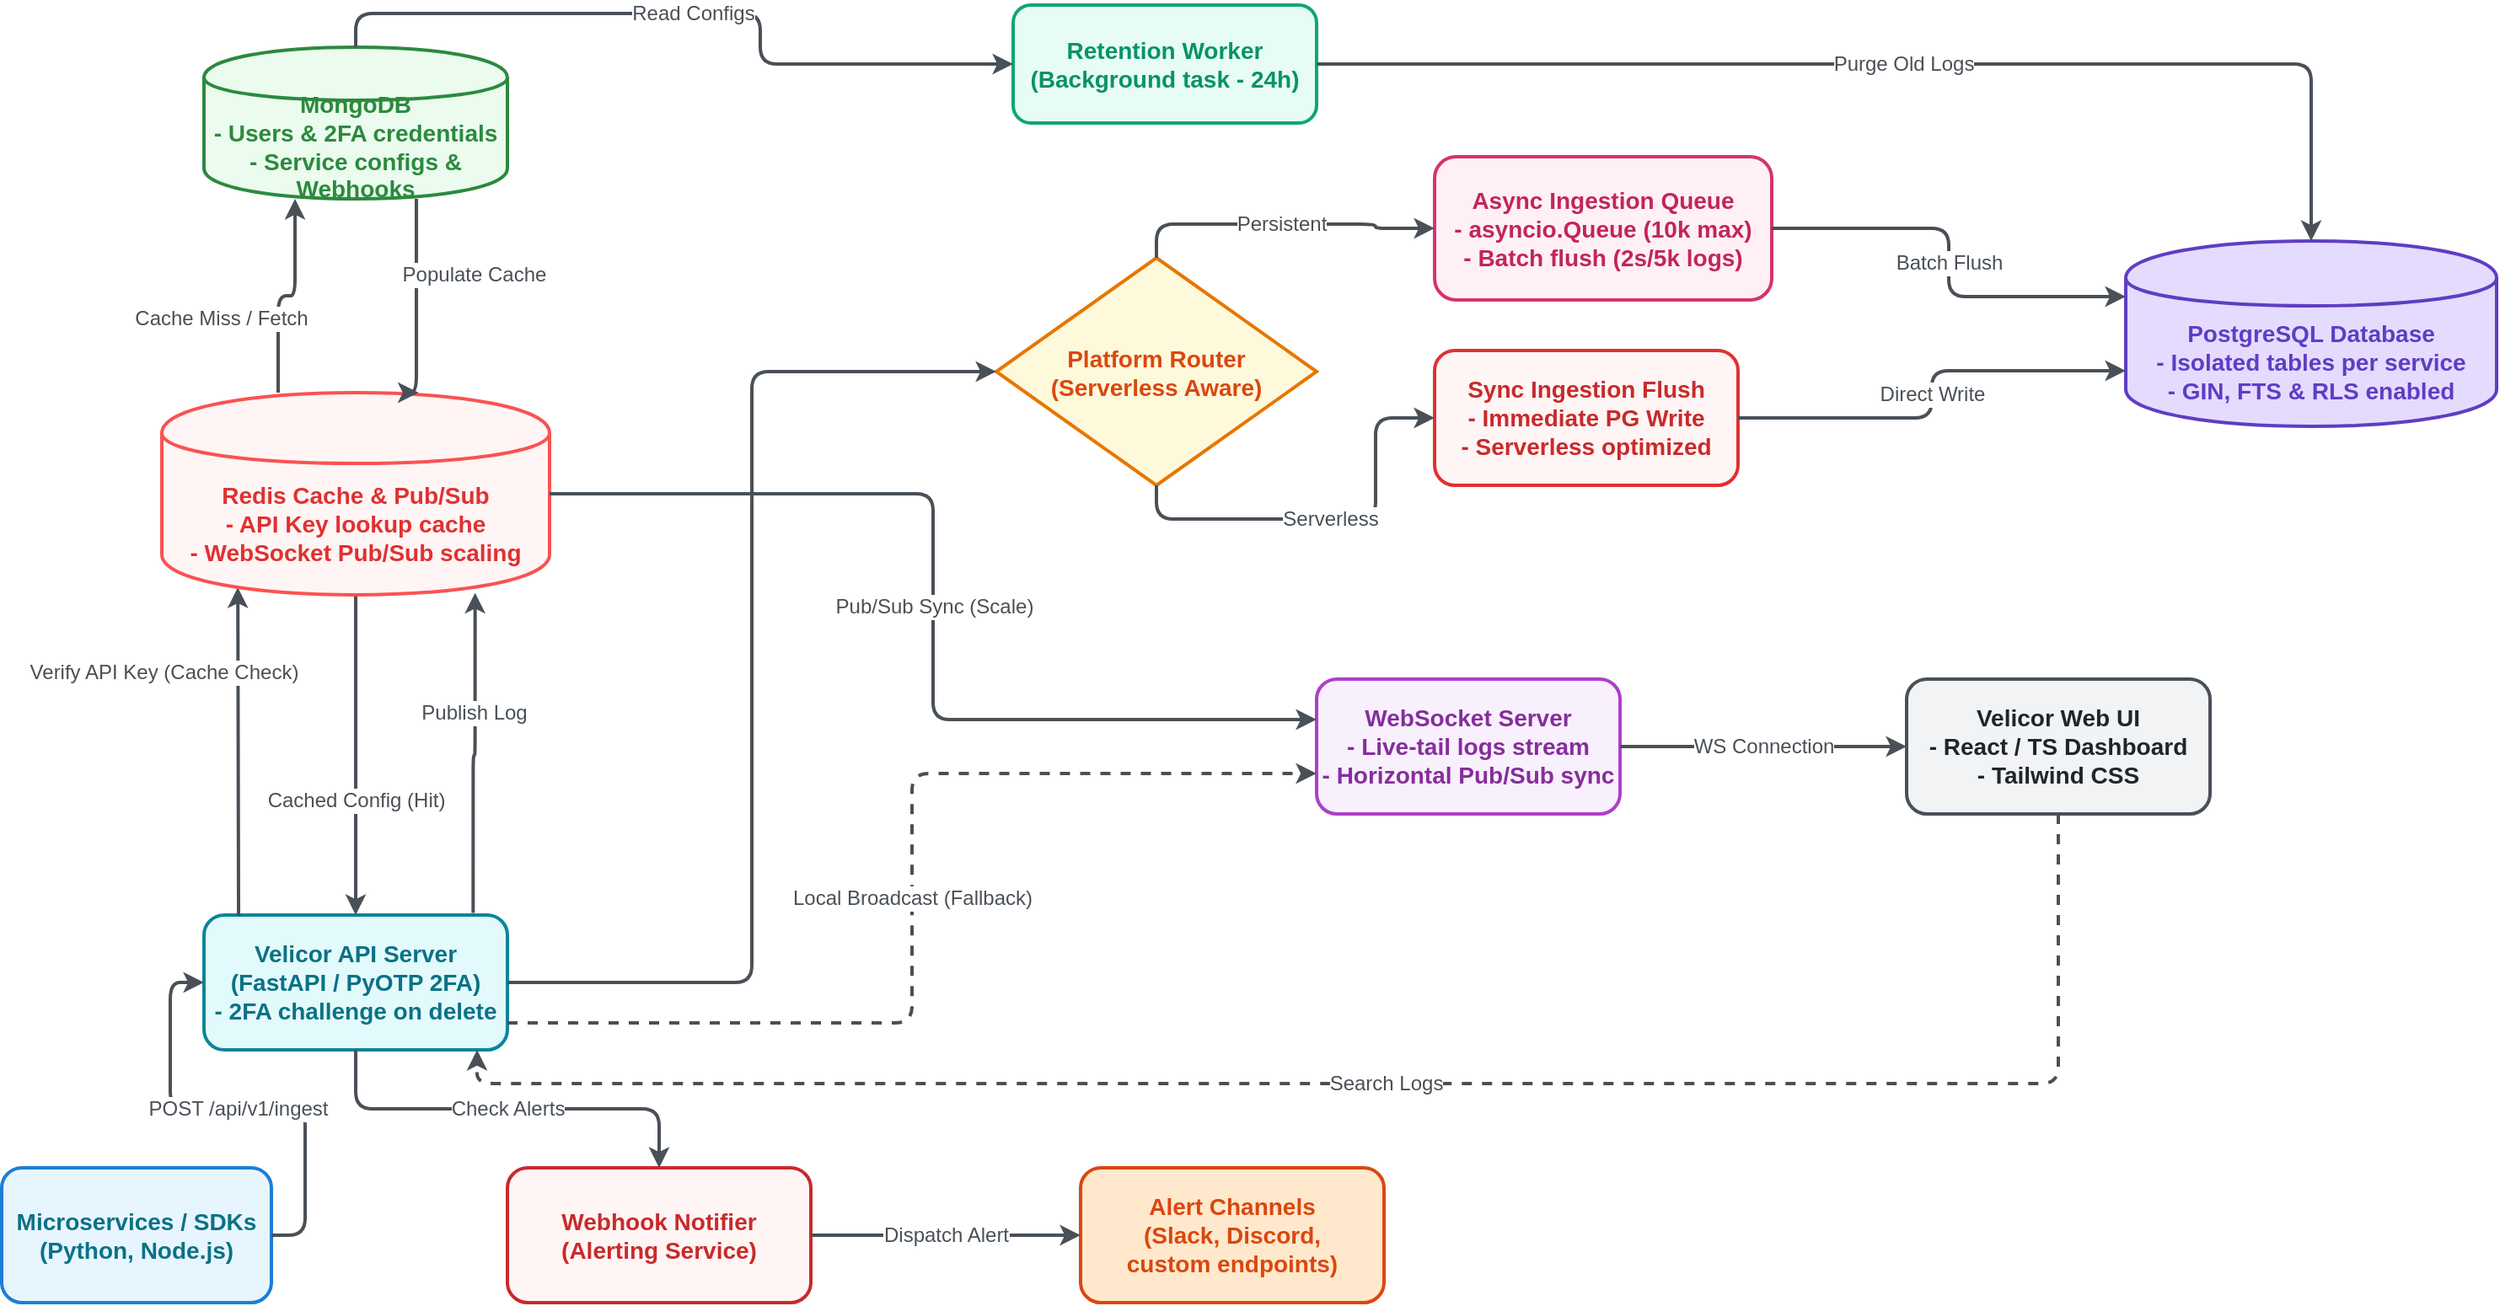
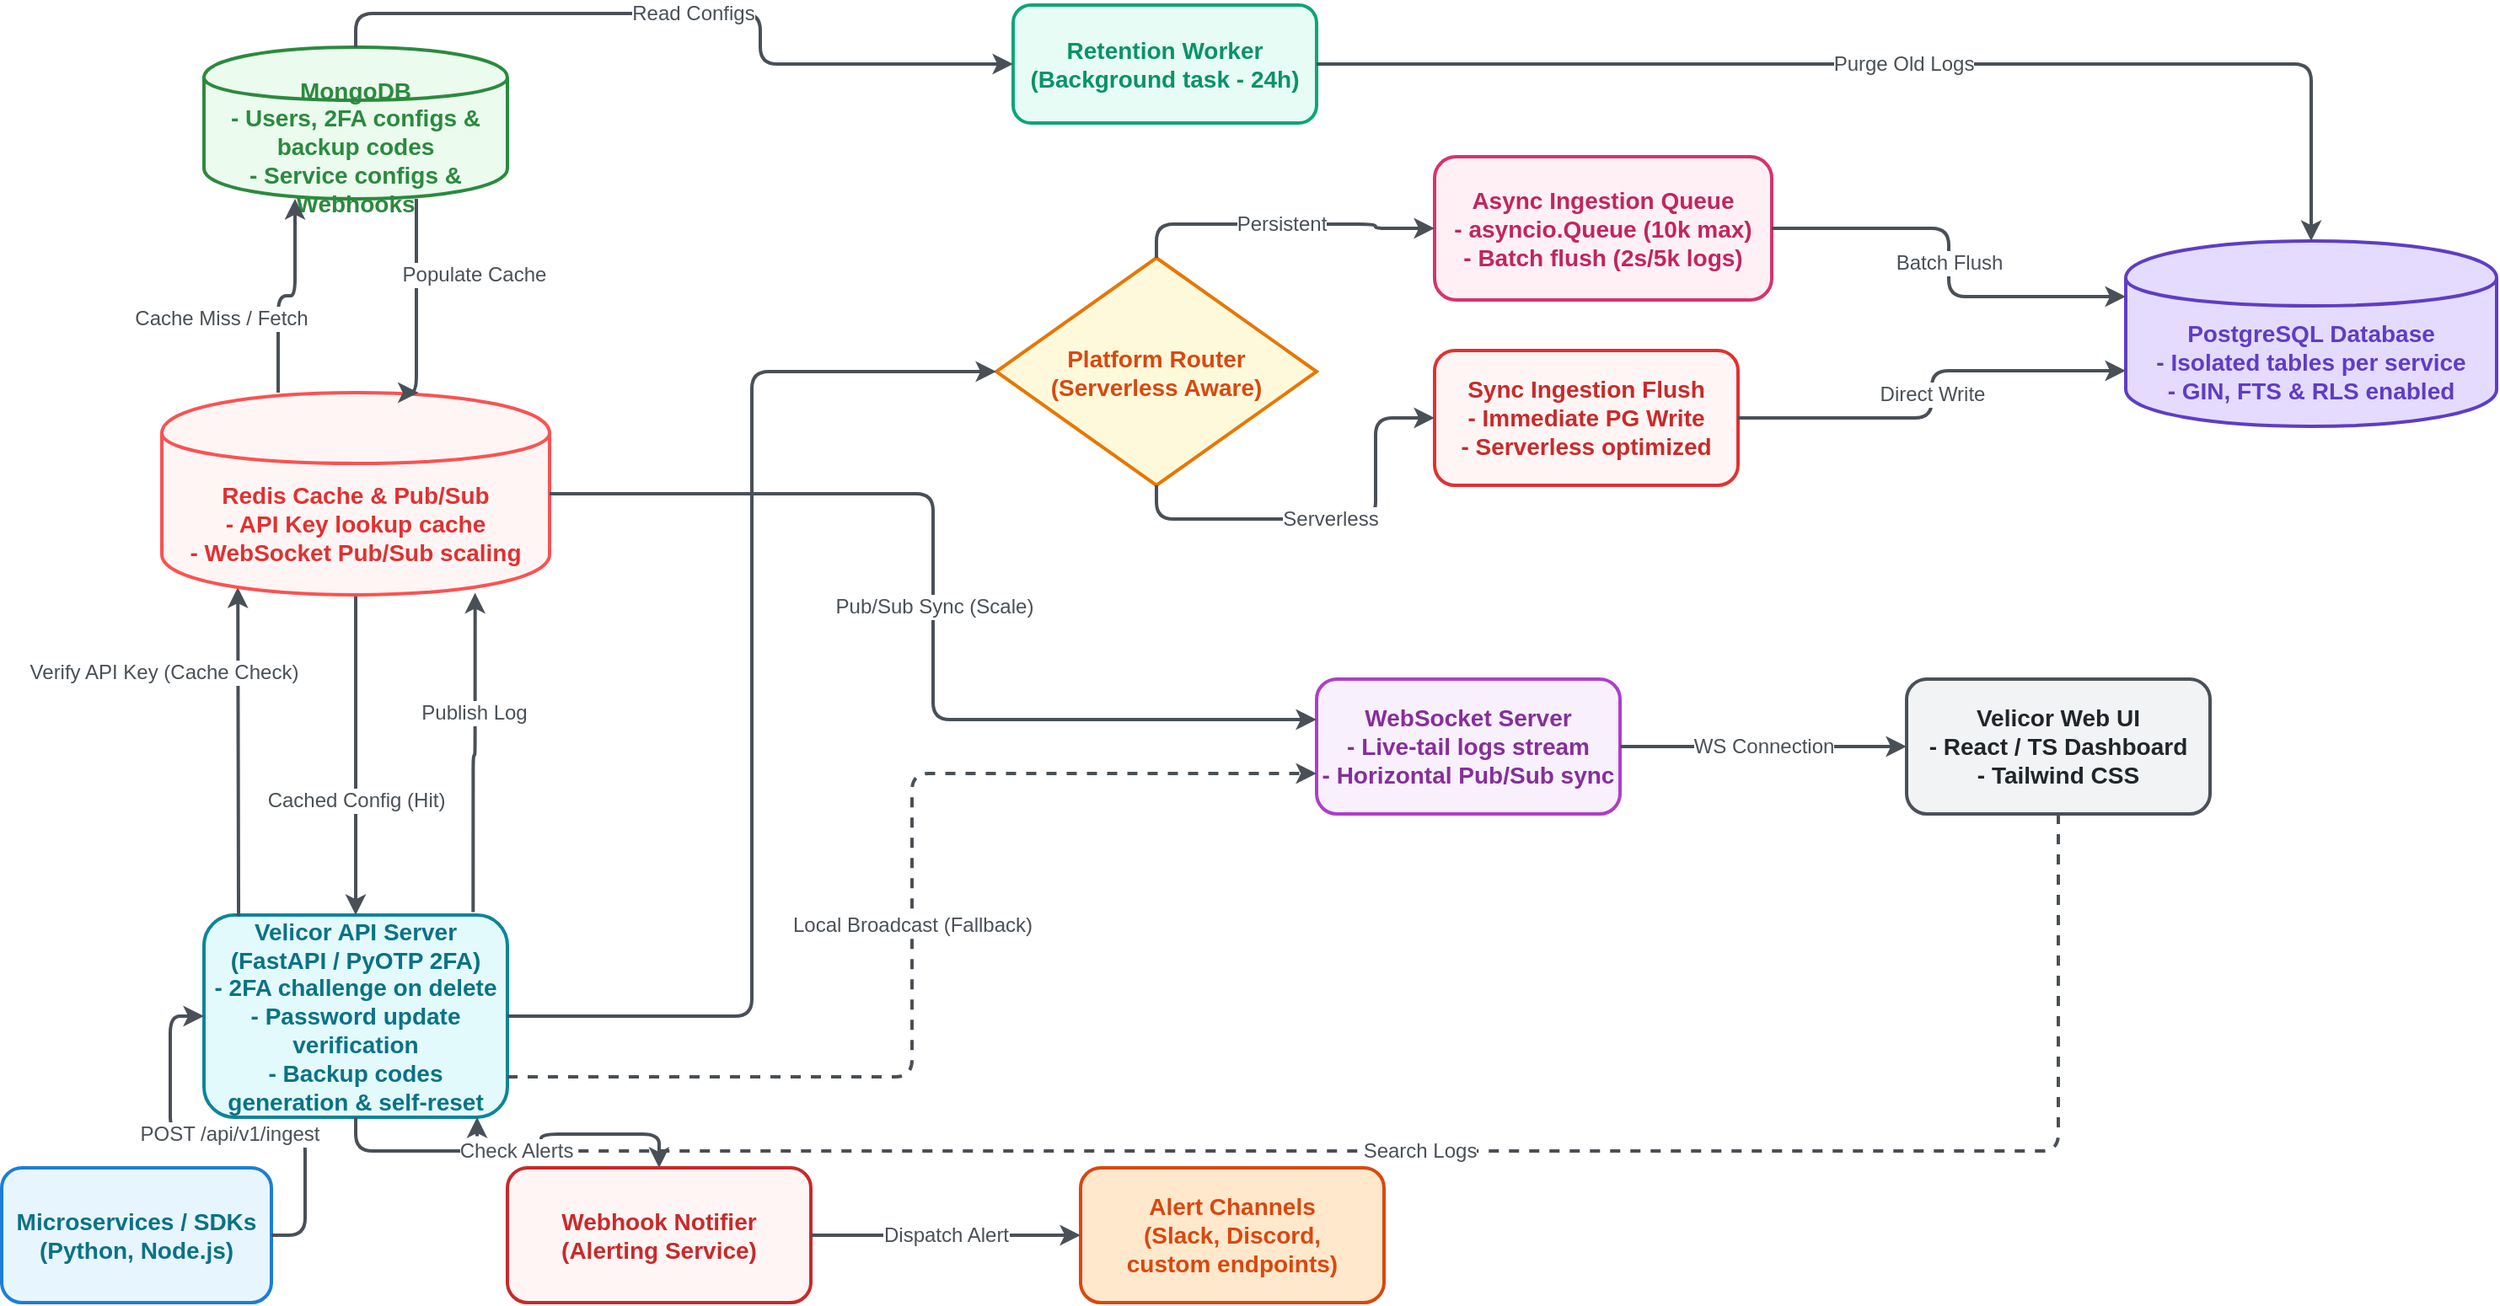
<?xml version='1.0' encoding='utf-8'?>
<mxfile host="Electron">
  <diagram name="Velicor Architecture" id="fpXKoFl3D9RPaPYoSICN">
    <mxGraphModel dx="1710" dy="788" grid="1" gridSize="10" guides="1" tooltips="1" connect="1" arrows="1" fold="1" page="1" pageScale="1" pageWidth="850" pageHeight="1100" math="0" shadow="0">
      <root>
        <mxCell id="0" />
        <mxCell id="1" parent="0" />
        <mxCell id="nF8YWoamKlxkY7NQbO7J-1" parent="1" style="rounded=1;whiteSpace=wrap;html=1;strokeWidth=2;fontSize=14;fontStyle=1;fillColor=#e7f5ff;strokeColor=#1c7ed6;fontColor=#0b7285;" value="Microservices / SDKs&lt;br/&gt;(Python, Node.js)" vertex="1">
          <mxGeometry height="80" width="160" x="120" y="860" as="geometry" />
        </mxCell>
-         <mxCell id="nF8YWoamKlxkY7NQbO7J-2" parent="1" style="rounded=1;whiteSpace=wrap;html=1;strokeWidth=2;fontSize=14;fontStyle=1;fillColor=#e3fafc;strokeColor=#0c8599;fontColor=#0b7285;" value="Velicor API Server&lt;br/&gt;(FastAPI / PyOTP 2FA)&lt;br/&gt;- 2FA challenge on delete" vertex="1">
-           <mxGeometry height="80" width="180" x="240" y="710" as="geometry" />
+         <mxCell id="nF8YWoamKlxkY7NQbO7J-2" parent="1" style="rounded=1;whiteSpace=wrap;html=1;strokeWidth=2;fontSize=14;fontStyle=1;fillColor=#e3fafc;strokeColor=#0c8599;fontColor=#0b7285;" value="Velicor API Server&lt;br/&gt;(FastAPI / PyOTP 2FA)&lt;br/&gt;- 2FA challenge on delete&lt;br/&gt;- Password update verification&lt;br/&gt;- Backup codes generation &amp;amp; self-reset" vertex="1">
+           <mxGeometry height="120" width="180" x="240" y="710" as="geometry" />
        </mxCell>
-         <mxCell id="nF8YWoamKlxkY7NQbO7J-3" parent="1" style="shape=cylinder;whiteSpace=wrap;html=1;boundedLbl=1;backgroundOutline=1;strokeWidth=2;fontSize=14;fontStyle=1;fillColor=#ebfbee;strokeColor=#2b8a3e;fontColor=#2b8a3e;" value="MongoDB&lt;br/&gt;- Users &amp;amp; 2FA credentials&lt;br/&gt;- Service configs &amp;amp; Webhooks" vertex="1">
+         <mxCell id="nF8YWoamKlxkY7NQbO7J-3" parent="1" style="shape=cylinder;whiteSpace=wrap;html=1;boundedLbl=1;backgroundOutline=1;strokeWidth=2;fontSize=14;fontStyle=1;fillColor=#ebfbee;strokeColor=#2b8a3e;fontColor=#2b8a3e;" value="MongoDB&lt;br/&gt;- Users, 2FA configs &amp;amp; backup codes&lt;br/&gt;- Service configs &amp;amp; Webhooks" vertex="1">
          <mxGeometry height="90" width="180" x="240" y="195" as="geometry" />
        </mxCell>
        <mxCell id="nF8YWoamKlxkY7NQbO7J-4" parent="1" style="rhombus;whiteSpace=wrap;html=1;strokeWidth=2;fontSize=14;fontStyle=1;fillColor=#fff9db;strokeColor=#e67700;fontColor=#d9480f;" value="Platform Router&lt;br/&gt;(Serverless Aware)" vertex="1">
          <mxGeometry height="135" width="190" x="710" y="320" as="geometry" />
        </mxCell>
        <mxCell id="nF8YWoamKlxkY7NQbO7J-5" parent="1" style="rounded=1;whiteSpace=wrap;html=1;strokeWidth=2;fontSize=14;fontStyle=1;fillColor=#fff0f6;strokeColor=#d6336c;fontColor=#c2255c;" value="Async Ingestion Queue&lt;br/&gt;- asyncio.Queue (10k max)&lt;br/&gt;- Batch flush (2s/5k logs)" vertex="1">
          <mxGeometry height="85" width="200" x="970" y="260" as="geometry" />
        </mxCell>
        <mxCell id="nF8YWoamKlxkY7NQbO7J-6" parent="1" style="rounded=1;whiteSpace=wrap;html=1;strokeWidth=2;fontSize=14;fontStyle=1;fillColor=#fff5f5;strokeColor=#e03131;fontColor=#c92a2a;" value="Sync Ingestion Flush&lt;br/&gt;- Immediate PG Write&lt;br/&gt;- Serverless optimized" vertex="1">
          <mxGeometry height="80" width="180" x="970" y="375" as="geometry" />
        </mxCell>
        <mxCell id="nF8YWoamKlxkY7NQbO7J-7" parent="1" style="shape=cylinder;whiteSpace=wrap;html=1;boundedLbl=1;backgroundOutline=1;strokeWidth=2;fontSize=14;fontStyle=1;fillColor=#e5dbff;strokeColor=#5f3dc4;fontColor=#5f3dc4;" value="PostgreSQL Database&lt;br/&gt;- Isolated tables per service&lt;br/&gt;- GIN, FTS &amp;amp; RLS enabled" vertex="1">
          <mxGeometry height="110" width="220" x="1380" y="310" as="geometry" />
        </mxCell>
        <mxCell id="nF8YWoamKlxkY7NQbO7J-8" parent="1" style="rounded=1;whiteSpace=wrap;html=1;strokeWidth=2;fontSize=14;fontStyle=1;fillColor=#f8f0fc;strokeColor=#ae3ec9;fontColor=#862e9c;" value="WebSocket Server&lt;br/&gt;- Live-tail logs stream&lt;br/&gt;- Horizontal Pub/Sub sync" vertex="1">
          <mxGeometry height="80" width="180" x="900" y="570" as="geometry" />
        </mxCell>
        <mxCell id="nF8YWoamKlxkY7NQbO7J-9" parent="1" style="rounded=1;whiteSpace=wrap;html=1;strokeWidth=2;fontSize=14;fontStyle=1;fillColor=#f1f3f5;strokeColor=#495057;fontColor=#212529;" value="Velicor Web UI&lt;br&gt;- React / TS Dashboard&lt;br&gt;- Tailwind CSS" vertex="1">
          <mxGeometry height="80" width="180" x="1250" y="570" as="geometry" />
        </mxCell>
        <mxCell id="nF8YWoamKlxkY7NQbO7J-10" parent="1" style="rounded=1;whiteSpace=wrap;html=1;strokeWidth=2;fontSize=14;fontStyle=1;fillColor=#fff5f5;strokeColor=#c92a2a;fontColor=#c92a2a;" value="Webhook Notifier&lt;br/&gt;(Alerting Service)" vertex="1">
          <mxGeometry height="80" width="180" x="420" y="860" as="geometry" />
        </mxCell>
        <mxCell id="nF8YWoamKlxkY7NQbO7J-11" parent="1" style="rounded=1;whiteSpace=wrap;html=1;strokeWidth=2;fontSize=14;fontStyle=1;fillColor=#ffe8cc;strokeColor=#d9480f;fontColor=#d9480f;" value="Alert Channels&lt;br/&gt;(Slack, Discord,&lt;br/&gt;custom endpoints)" vertex="1">
          <mxGeometry height="80" width="180" x="760" y="860" as="geometry" />
        </mxCell>
        <mxCell id="nF8YWoamKlxkY7NQbO7J-12" edge="1" parent="1" source="nF8YWoamKlxkY7NQbO7J-1" style="edgeStyle=orthogonalEdgeStyle;rounded=1;orthogonalLoop=1;jettySize=auto;html=1;strokeWidth=2;strokeColor=#495057;fontSize=12;fontColor=#495057;exitX=1;exitY=0.5;entryX=0;entryY=0.5;" target="nF8YWoamKlxkY7NQbO7J-2" value="POST /api/v1/ingest">
          <mxGeometry relative="1" as="geometry" />
        </mxCell>
        <mxCell id="nF8YWoamKlxkY7NQbO7J-13" edge="1" parent="1" source="nF8YWoamKlxkY7NQbO7J-2" style="edgeStyle=orthogonalEdgeStyle;rounded=1;orthogonalLoop=1;jettySize=auto;html=1;strokeWidth=2;strokeColor=#495057;fontSize=12;fontColor=#495057;entryX=0.196;entryY=0.963;exitX=0.114;exitY=0.006;exitDx=0;exitDy=0;exitPerimeter=0;entryDx=0;entryDy=0;entryPerimeter=0;" target="velicor-redis" value="Verify API Key (Cache Check)">
          <mxGeometry relative="1" x="0.4884" y="44" as="geometry">
            <mxPoint as="offset" />
            <Array as="points">
              <mxPoint x="260" y="705" />
            </Array>
            <mxPoint x="260" y="707.5" as="sourcePoint" />
            <mxPoint x="260" y="520" as="targetPoint" />
          </mxGeometry>
        </mxCell>
        <mxCell id="nF8YWoamKlxkY7NQbO7J-14" edge="1" parent="1" source="velicor-redis" style="edgeStyle=orthogonalEdgeStyle;rounded=1;orthogonalLoop=1;jettySize=auto;html=1;strokeWidth=2;strokeColor=#495057;fontSize=12;fontColor=#495057;entryX=0.5;entryY=0;entryDx=0;entryDy=0;" target="nF8YWoamKlxkY7NQbO7J-2" value="Cached Config (Hit)">
          <mxGeometry relative="1" x="0.2821" as="geometry">
            <mxPoint as="offset" />
            <Array as="points" />
            <mxPoint x="330" y="515" as="sourcePoint" />
            <mxPoint x="330" y="700" as="targetPoint" />
          </mxGeometry>
        </mxCell>
        <mxCell id="nF8YWoamKlxkY7NQbO7J-15" edge="1" parent="1" source="nF8YWoamKlxkY7NQbO7J-2" style="edgeStyle=orthogonalEdgeStyle;rounded=1;orthogonalLoop=1;jettySize=auto;html=1;strokeWidth=2;strokeColor=#495057;fontSize=12;fontColor=#495057;exitX=1;exitY=0.5;entryX=0;entryY=0.5;" target="nF8YWoamKlxkY7NQbO7J-4" value="">
          <mxGeometry relative="1" as="geometry" />
        </mxCell>
        <mxCell id="nF8YWoamKlxkY7NQbO7J-16" edge="1" parent="1" source="nF8YWoamKlxkY7NQbO7J-4" style="edgeStyle=orthogonalEdgeStyle;rounded=1;orthogonalLoop=1;jettySize=auto;html=1;strokeWidth=2;strokeColor=#495057;fontSize=12;fontColor=#495057;exitX=0.5;exitY=0;entryX=0;entryY=0.5;" target="nF8YWoamKlxkY7NQbO7J-5" value="Persistent">
          <mxGeometry relative="1" as="geometry" />
        </mxCell>
        <mxCell id="nF8YWoamKlxkY7NQbO7J-17" edge="1" parent="1" source="nF8YWoamKlxkY7NQbO7J-4" style="edgeStyle=orthogonalEdgeStyle;rounded=1;orthogonalLoop=1;jettySize=auto;html=1;strokeWidth=2;strokeColor=#495057;fontSize=12;fontColor=#495057;exitX=0.5;exitY=1;entryX=0;entryY=0.5;" target="nF8YWoamKlxkY7NQbO7J-6" value="Serverless">
          <mxGeometry relative="1" as="geometry" />
        </mxCell>
        <mxCell id="nF8YWoamKlxkY7NQbO7J-18" edge="1" parent="1" source="nF8YWoamKlxkY7NQbO7J-5" style="edgeStyle=orthogonalEdgeStyle;rounded=1;orthogonalLoop=1;jettySize=auto;html=1;strokeWidth=2;strokeColor=#495057;fontSize=12;fontColor=#495057;exitX=1;exitY=0.5;entryX=0;entryY=0.3;" target="nF8YWoamKlxkY7NQbO7J-7" value="Batch Flush">
          <mxGeometry relative="1" as="geometry" />
        </mxCell>
        <mxCell id="nF8YWoamKlxkY7NQbO7J-19" edge="1" parent="1" source="nF8YWoamKlxkY7NQbO7J-6" style="edgeStyle=orthogonalEdgeStyle;rounded=1;orthogonalLoop=1;jettySize=auto;html=1;strokeWidth=2;strokeColor=#495057;fontSize=12;fontColor=#495057;exitX=1;exitY=0.5;entryX=0;entryY=0.7;" target="nF8YWoamKlxkY7NQbO7J-7" value="Direct Write">
          <mxGeometry relative="1" as="geometry" />
        </mxCell>
        <mxCell id="nF8YWoamKlxkY7NQbO7J-20" edge="1" parent="1" source="nF8YWoamKlxkY7NQbO7J-2" style="edgeStyle=orthogonalEdgeStyle;rounded=1;orthogonalLoop=1;jettySize=auto;html=1;strokeWidth=2;strokeColor=#495057;fontSize=12;fontColor=#495057;dashed=1;exitX=1;exitY=0.8;entryX=0;entryY=0.7;" target="nF8YWoamKlxkY7NQbO7J-8" value="Local Broadcast (Fallback)">
          <mxGeometry relative="1" as="geometry" />
        </mxCell>
        <mxCell id="nF8YWoamKlxkY7NQbO7J-21" edge="1" parent="1" source="nF8YWoamKlxkY7NQbO7J-8" style="edgeStyle=orthogonalEdgeStyle;rounded=1;orthogonalLoop=1;jettySize=auto;html=1;strokeWidth=2;strokeColor=#495057;fontSize=12;fontColor=#495057;exitX=1;exitY=0.5;entryX=0;entryY=0.5;" target="nF8YWoamKlxkY7NQbO7J-9" value="WS Connection">
          <mxGeometry relative="1" as="geometry" />
        </mxCell>
        <mxCell id="nF8YWoamKlxkY7NQbO7J-22" edge="1" parent="1" source="nF8YWoamKlxkY7NQbO7J-9" style="edgeStyle=orthogonalEdgeStyle;rounded=1;orthogonalLoop=1;jettySize=auto;html=1;strokeWidth=2;strokeColor=#495057;fontSize=12;fontColor=#495057;dashed=1;entryX=0.9;entryY=1;exitX=0.5;exitY=1;exitDx=0;exitDy=0;" target="nF8YWoamKlxkY7NQbO7J-2" value="Search Logs">
          <mxGeometry relative="1" as="geometry">
            <mxPoint x="1510" y="635" as="sourcePoint" />
          </mxGeometry>
        </mxCell>
        <mxCell id="nF8YWoamKlxkY7NQbO7J-23" edge="1" parent="1" source="nF8YWoamKlxkY7NQbO7J-2" style="edgeStyle=orthogonalEdgeStyle;rounded=1;orthogonalLoop=1;jettySize=auto;html=1;strokeWidth=2;strokeColor=#495057;fontSize=12;fontColor=#495057;exitX=0.5;exitY=1;entryX=0.5;entryY=0;" target="nF8YWoamKlxkY7NQbO7J-10" value="Check Alerts">
          <mxGeometry relative="1" as="geometry" />
        </mxCell>
        <mxCell id="nF8YWoamKlxkY7NQbO7J-24" edge="1" parent="1" source="nF8YWoamKlxkY7NQbO7J-10" style="edgeStyle=orthogonalEdgeStyle;rounded=1;orthogonalLoop=1;jettySize=auto;html=1;strokeWidth=2;strokeColor=#495057;fontSize=12;fontColor=#495057;exitX=1;exitY=0.5;entryX=0;entryY=0.5;" target="nF8YWoamKlxkY7NQbO7J-11" value="Dispatch Alert">
          <mxGeometry relative="1" as="geometry" />
        </mxCell>
        <mxCell id="velicor-redis" parent="1" style="shape=cylinder;whiteSpace=wrap;html=1;boundedLbl=1;backgroundOutline=1;strokeWidth=2;fontSize=14;fontStyle=1;fillColor=#fff5f5;strokeColor=#fa5252;fontColor=#e03131;" value="Redis Cache &amp;amp; Pub/Sub&lt;br/&gt;- API Key lookup cache&lt;br/&gt;- WebSocket Pub/Sub scaling" vertex="1">
          <mxGeometry height="120" width="230" x="215" y="400" as="geometry" />
        </mxCell>
        <mxCell id="velicor-retention" parent="1" style="rounded=1;whiteSpace=wrap;html=1;strokeWidth=2;fontSize=14;fontStyle=1;fillColor=#e6fcf5;strokeColor=#0ca678;fontColor=#099268;" value="Retention Worker&lt;br/&gt;(Background task - 24h)" vertex="1">
          <mxGeometry height="70" width="180" x="720" y="170" as="geometry" />
        </mxCell>
        <mxCell id="velicor-edge-redis-mongo-1" edge="1" parent="1" source="velicor-redis" style="edgeStyle=orthogonalEdgeStyle;rounded=1;orthogonalLoop=1;jettySize=auto;html=1;strokeWidth=2;strokeColor=#495057;fontSize=12;fontColor=#495057;exitX=0.3;exitY=0;entryX=0.3;entryY=1;" target="nF8YWoamKlxkY7NQbO7J-3" value="Cache Miss / Fetch">
          <mxGeometry relative="1" x="-0.2903" y="34" as="geometry">
            <mxPoint as="offset" />
          </mxGeometry>
        </mxCell>
        <mxCell id="velicor-edge-redis-mongo-2" edge="1" parent="1" source="nF8YWoamKlxkY7NQbO7J-3" style="edgeStyle=orthogonalEdgeStyle;rounded=1;orthogonalLoop=1;jettySize=auto;html=1;strokeWidth=2;strokeColor=#495057;fontSize=12;fontColor=#495057;exitX=0.7;exitY=1;entryX=0.662;entryY=0.003;entryDx=0;entryDy=0;entryPerimeter=0;" target="velicor-redis" value="Populate Cache">
          <mxGeometry relative="1" x="-0.2258" y="34" as="geometry">
            <mxPoint as="offset" />
            <Array as="points">
              <mxPoint x="366" y="400" />
              <mxPoint x="367" y="400" />
            </Array>
            <mxPoint x="366" y="410" as="targetPoint" />
          </mxGeometry>
        </mxCell>
        <mxCell id="velicor-edge-ingest-redis-pubsub" edge="1" parent="1" source="nF8YWoamKlxkY7NQbO7J-2" style="edgeStyle=orthogonalEdgeStyle;rounded=1;orthogonalLoop=1;jettySize=auto;html=1;strokeWidth=2;strokeColor=#495057;fontSize=12;fontColor=#495057;exitX=0.887;exitY=-0.015;entryX=0.808;entryY=0.99;exitDx=0;exitDy=0;exitPerimeter=0;entryDx=0;entryDy=0;entryPerimeter=0;" target="velicor-redis" value="Publish Log">
          <mxGeometry relative="1" x="0.255" y="1" as="geometry">
            <mxPoint as="offset" />
            <mxPoint x="400" y="705" as="sourcePoint" />
            <mxPoint x="400" y="540" as="targetPoint" />
          </mxGeometry>
        </mxCell>
        <mxCell id="velicor-edge-redis-ws-pubsub" edge="1" parent="1" source="velicor-redis" style="edgeStyle=orthogonalEdgeStyle;rounded=1;orthogonalLoop=1;jettySize=auto;html=1;strokeWidth=2;strokeColor=#495057;fontSize=12;fontColor=#495057;exitX=1;exitY=0.5;entryX=0;entryY=0.3;" target="nF8YWoamKlxkY7NQbO7J-8" value="Pub/Sub Sync (Scale)">
          <mxGeometry relative="1" as="geometry" />
        </mxCell>
        <mxCell id="velicor-edge-retention-mongo" edge="1" parent="1" source="nF8YWoamKlxkY7NQbO7J-3" style="edgeStyle=orthogonalEdgeStyle;rounded=1;orthogonalLoop=1;jettySize=auto;html=1;strokeWidth=2;strokeColor=#495057;fontSize=12;fontColor=#495057;exitX=0.5;exitY=0;entryX=0;entryY=0.5;" target="velicor-retention" value="Read Configs">
          <mxGeometry relative="1" as="geometry" />
        </mxCell>
        <mxCell id="velicor-edge-retention-postgres" edge="1" parent="1" source="velicor-retention" style="edgeStyle=orthogonalEdgeStyle;rounded=1;orthogonalLoop=1;jettySize=auto;html=1;strokeWidth=2;strokeColor=#495057;fontSize=12;fontColor=#495057;exitX=1;exitY=0.5;entryX=0.5;entryY=0;" target="nF8YWoamKlxkY7NQbO7J-7" value="Purge Old Logs">
          <mxGeometry relative="1" as="geometry" />
        </mxCell>
      </root>
    </mxGraphModel>
  </diagram>
</mxfile>